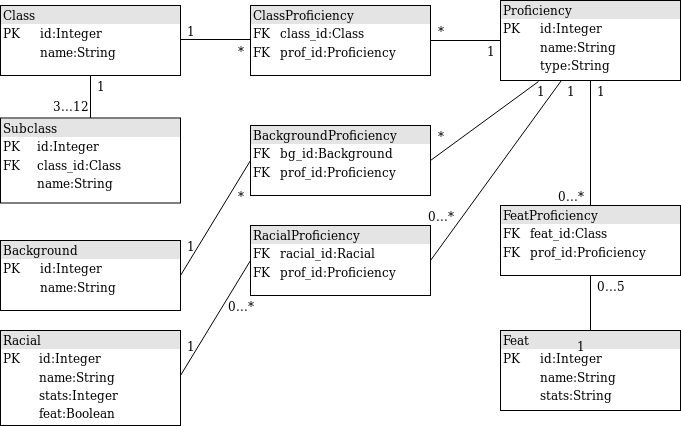
Earlier version of the draw.io export dokumentointi/tietokantakaavio.png (Fumblessi/ot-harjoitustyo). Source tidied: cells renumbered, new cells last; positions are measured from the earlier drawing's top-left corner, leaving out a move shared by most shapes.
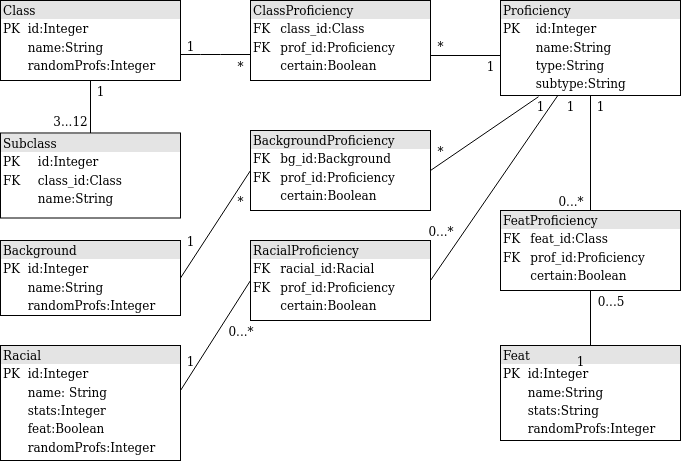
The same file after the commit.

Commit message:
tietokantakaavio uudelleen suunniteltu

What changed in the source:
```diff
@@ -2,11 +2,11 @@
   <root>
     <mxCell id="0" />
     <mxCell id="1" parent="0" />
-    <mxCell id="2" value="&lt;div style=&quot;box-sizing: border-box ; width: 100% ; background: #e4e4e4 ; padding: 2px&quot;&gt;Proficiency&lt;br&gt;&lt;/div&gt;&lt;table style=&quot;width: 100% ; font-size: 1em&quot; cellspacing=&quot;0&quot; cellpadding=&quot;2&quot;&gt;&lt;tbody&gt;&lt;tr&gt;&lt;td&gt;PK&lt;/td&gt;&lt;td&gt;id:Integer&lt;/td&gt;&lt;/tr&gt;&lt;tr&gt;&lt;td&gt;&lt;br&gt;&lt;/td&gt;&lt;td&gt;name:String&lt;/td&gt;&lt;/tr&gt;&lt;tr&gt;&lt;td&gt;&lt;br&gt;&lt;/td&gt;&lt;td&gt;type:String&lt;/td&gt;&lt;/tr&gt;&lt;/tbody&gt;&lt;/table&gt;" style="verticalAlign=top;align=left;overflow=fill;html=1;" parent="1" vertex="1">
-      <mxGeometry x="500" width="180" height="80" as="geometry" />
+    <mxCell id="2" value="&lt;div style=&quot;box-sizing: border-box ; width: 100% ; background: #e4e4e4 ; padding: 2px&quot;&gt;Proficiency&lt;br&gt;&lt;/div&gt;&lt;table style=&quot;width: 100% ; font-size: 1em&quot; cellspacing=&quot;0&quot; cellpadding=&quot;2&quot;&gt;&lt;tbody&gt;&lt;tr&gt;&lt;td&gt;PK&lt;/td&gt;&lt;td&gt;id:Integer&lt;/td&gt;&lt;/tr&gt;&lt;tr&gt;&lt;td&gt;&lt;br&gt;&lt;/td&gt;&lt;td&gt;name:String&lt;/td&gt;&lt;/tr&gt;&lt;tr&gt;&lt;td&gt;&lt;br&gt;&lt;/td&gt;&lt;td&gt;type:String&lt;/td&gt;&lt;/tr&gt;&lt;tr&gt;&lt;td&gt;&lt;br&gt;&lt;/td&gt;&lt;td&gt;subtype:String&lt;br&gt;&lt;/td&gt;&lt;/tr&gt;&lt;/tbody&gt;&lt;/table&gt;" style="verticalAlign=top;align=left;overflow=fill;html=1;" parent="1" vertex="1">
+      <mxGeometry x="500" y="-15" width="180" height="95" as="geometry" />
     </mxCell>
-    <mxCell id="3" value="&lt;div style=&quot;box-sizing: border-box ; width: 100% ; background: #e4e4e4 ; padding: 2px&quot;&gt;RacialProficiency&lt;/div&gt;&lt;table style=&quot;width: 100% ; font-size: 1em&quot; cellspacing=&quot;0&quot; cellpadding=&quot;2&quot;&gt;&lt;tbody&gt;&lt;tr&gt;&lt;td&gt;FK&lt;/td&gt;&lt;td&gt;racial_id:Racial&lt;/td&gt;&lt;/tr&gt;&lt;tr&gt;&lt;td&gt;FK&lt;/td&gt;&lt;td&gt;prof_id:Proficiency&lt;/td&gt;&lt;/tr&gt;&lt;tr&gt;&lt;td&gt;&lt;br&gt;&lt;/td&gt;&lt;td&gt;&lt;br&gt;&lt;/td&gt;&lt;/tr&gt;&lt;/tbody&gt;&lt;/table&gt;" style="verticalAlign=top;align=left;overflow=fill;html=1;" parent="1" vertex="1">
-      <mxGeometry x="250" y="225" width="180" height="70" as="geometry" />
+    <mxCell id="3" value="&lt;div style=&quot;box-sizing: border-box ; width: 100% ; background: #e4e4e4 ; padding: 2px&quot;&gt;RacialProficiency&lt;/div&gt;&lt;table style=&quot;width: 100% ; font-size: 1em&quot; cellspacing=&quot;0&quot; cellpadding=&quot;2&quot;&gt;&lt;tbody&gt;&lt;tr&gt;&lt;td&gt;FK&lt;/td&gt;&lt;td&gt;racial_id:Racial&lt;/td&gt;&lt;/tr&gt;&lt;tr&gt;&lt;td&gt;FK&lt;/td&gt;&lt;td&gt;prof_id:Proficiency&lt;/td&gt;&lt;/tr&gt;&lt;tr&gt;&lt;td&gt;&lt;br&gt;&lt;/td&gt;&lt;td&gt;certain:Boolean&lt;br&gt;&lt;/td&gt;&lt;/tr&gt;&lt;/tbody&gt;&lt;/table&gt;" style="verticalAlign=top;align=left;overflow=fill;html=1;" parent="1" vertex="1">
+      <mxGeometry x="250" y="225" width="180" height="80" as="geometry" />
     </mxCell>
     <mxCell id="4" style="endArrow=none;html=1;entryX=0;entryY=0.5;entryDx=0;entryDy=0;exitX=1;exitY=0.5;exitDx=0;exitDy=0;" parent="1" edge="1" target="3">
       <mxGeometry relative="1" as="geometry">
@@ -19,11 +19,11 @@
         <mxPoint x="500" y="40" as="targetPoint" />
       </mxGeometry>
     </mxCell>
-    <mxCell id="6" value="&lt;div style=&quot;box-sizing: border-box ; width: 100% ; background: #e4e4e4 ; padding: 2px&quot;&gt;Class&lt;br&gt;&lt;/div&gt;&lt;table style=&quot;width: 100% ; font-size: 1em&quot; cellspacing=&quot;0&quot; cellpadding=&quot;2&quot;&gt;&lt;tbody&gt;&lt;tr&gt;&lt;td&gt;PK&lt;/td&gt;&lt;td&gt;id:Integer&lt;/td&gt;&lt;/tr&gt;&lt;tr&gt;&lt;td&gt;&lt;br&gt;&lt;/td&gt;&lt;td&gt;name:String&lt;br&gt;&lt;/td&gt;&lt;/tr&gt;&lt;tr&gt;&lt;td&gt;&lt;br&gt;&lt;/td&gt;&lt;td&gt;&lt;br&gt;&lt;/td&gt;&lt;/tr&gt;&lt;/tbody&gt;&lt;/table&gt;" style="verticalAlign=top;align=left;overflow=fill;html=1;" parent="1" vertex="1">
-      <mxGeometry y="5" width="180" height="70" as="geometry" />
+    <mxCell id="6" value="&lt;div style=&quot;box-sizing: border-box ; width: 100% ; background: #e4e4e4 ; padding: 2px&quot;&gt;Class&lt;br&gt;&lt;/div&gt;&lt;table style=&quot;width: 100% ; font-size: 1em&quot; cellspacing=&quot;0&quot; cellpadding=&quot;2&quot;&gt;&lt;tbody&gt;&lt;tr&gt;&lt;td&gt;PK&lt;/td&gt;&lt;td&gt;id:Integer&lt;/td&gt;&lt;/tr&gt;&lt;tr&gt;&lt;td&gt;&lt;br&gt;&lt;/td&gt;&lt;td&gt;name:String&lt;br&gt;&lt;/td&gt;&lt;/tr&gt;&lt;tr&gt;&lt;td&gt;&lt;br&gt;&lt;/td&gt;&lt;td&gt;randomProfs:Integer&lt;br&gt;&lt;/td&gt;&lt;/tr&gt;&lt;/tbody&gt;&lt;/table&gt;" style="verticalAlign=top;align=left;overflow=fill;html=1;" parent="1" vertex="1">
+      <mxGeometry y="-15" width="180" height="80" as="geometry" />
     </mxCell>
-    <mxCell id="7" value="&lt;div style=&quot;box-sizing: border-box ; width: 100% ; background: #e4e4e4 ; padding: 2px&quot;&gt;ClassProficiency&lt;/div&gt;&lt;table style=&quot;width: 100% ; font-size: 1em&quot; cellspacing=&quot;0&quot; cellpadding=&quot;2&quot;&gt;&lt;tbody&gt;&lt;tr&gt;&lt;td&gt;FK&lt;/td&gt;&lt;td&gt;class_id:Class&lt;/td&gt;&lt;/tr&gt;&lt;tr&gt;&lt;td&gt;FK&lt;/td&gt;&lt;td&gt;prof_id:Proficiency&lt;/td&gt;&lt;/tr&gt;&lt;tr&gt;&lt;td&gt;&lt;br&gt;&lt;/td&gt;&lt;td&gt;&lt;br&gt;&lt;/td&gt;&lt;/tr&gt;&lt;/tbody&gt;&lt;/table&gt;" style="verticalAlign=top;align=left;overflow=fill;html=1;" parent="1" vertex="1">
-      <mxGeometry x="250" y="5" width="180" height="70" as="geometry" />
+    <mxCell id="7" value="&lt;div style=&quot;box-sizing: border-box ; width: 100% ; background: #e4e4e4 ; padding: 2px&quot;&gt;ClassProficiency&lt;/div&gt;&lt;table style=&quot;width: 100% ; font-size: 1em&quot; cellspacing=&quot;0&quot; cellpadding=&quot;2&quot;&gt;&lt;tbody&gt;&lt;tr&gt;&lt;td&gt;FK&lt;/td&gt;&lt;td&gt;class_id:Class&lt;/td&gt;&lt;/tr&gt;&lt;tr&gt;&lt;td&gt;FK&lt;/td&gt;&lt;td&gt;prof_id:Proficiency&lt;/td&gt;&lt;/tr&gt;&lt;tr&gt;&lt;td&gt;&lt;br&gt;&lt;/td&gt;&lt;td&gt;certain:Boolean&lt;br&gt;&lt;/td&gt;&lt;/tr&gt;&lt;tr&gt;&lt;td&gt;&lt;br&gt;&lt;/td&gt;&lt;td&gt;&lt;br&gt;&lt;/td&gt;&lt;/tr&gt;&lt;/tbody&gt;&lt;/table&gt;" style="verticalAlign=top;align=left;overflow=fill;html=1;" parent="1" vertex="1">
+      <mxGeometry x="250" y="-15" width="180" height="80" as="geometry" />
     </mxCell>
     <mxCell id="8" style="endArrow=none;html=1;entryX=0;entryY=0.5;entryDx=0;entryDy=0;exitX=1;exitY=0.5;exitDx=0;exitDy=0;" parent="1" edge="1" source="10" target="11">
       <mxGeometry relative="1" as="geometry" />
@@ -31,16 +31,19 @@
     <mxCell id="9" style="endArrow=none;html=1;entryX=0.211;entryY=1.013;entryDx=0;entryDy=0;exitX=1;exitY=0.5;exitDx=0;exitDy=0;entryPerimeter=0;" parent="1" edge="1" source="11" target="2">
       <mxGeometry relative="1" as="geometry" />
     </mxCell>
-    <mxCell id="10" value="&lt;div style=&quot;box-sizing: border-box ; width: 100% ; background: #e4e4e4 ; padding: 2px&quot;&gt;Background&lt;br&gt;&lt;/div&gt;&lt;table style=&quot;width: 100% ; font-size: 1em&quot; cellspacing=&quot;0&quot; cellpadding=&quot;2&quot;&gt;&lt;tbody&gt;&lt;tr&gt;&lt;td&gt;PK&lt;/td&gt;&lt;td&gt;id:Integer&lt;/td&gt;&lt;/tr&gt;&lt;tr&gt;&lt;td&gt;&lt;br&gt;&lt;/td&gt;&lt;td&gt;name:String&lt;br&gt;&lt;/td&gt;&lt;/tr&gt;&lt;tr&gt;&lt;td&gt;&lt;br&gt;&lt;/td&gt;&lt;td&gt;&lt;br&gt;&lt;/td&gt;&lt;/tr&gt;&lt;/tbody&gt;&lt;/table&gt;" style="verticalAlign=top;align=left;overflow=fill;html=1;" parent="1" vertex="1">
-      <mxGeometry y="240" width="180" height="70" as="geometry" />
+    <mxCell id="10" value="&lt;div style=&quot;box-sizing: border-box ; width: 100% ; background: #e4e4e4 ; padding: 2px&quot;&gt;Background&lt;br&gt;&lt;/div&gt;&lt;table style=&quot;width: 100% ; font-size: 1em&quot; cellspacing=&quot;0&quot; cellpadding=&quot;2&quot;&gt;&lt;tbody&gt;&lt;tr&gt;&lt;td&gt;PK&lt;/td&gt;&lt;td&gt;id:Integer&lt;/td&gt;&lt;/tr&gt;&lt;tr&gt;&lt;td&gt;&lt;br&gt;&lt;/td&gt;&lt;td&gt;name:String&lt;br&gt;&lt;/td&gt;&lt;/tr&gt;&lt;tr&gt;&lt;td&gt;&lt;br&gt;&lt;/td&gt;&lt;td&gt;randomProfs:Integer&lt;br&gt;&lt;/td&gt;&lt;/tr&gt;&lt;/tbody&gt;&lt;/table&gt;" style="verticalAlign=top;align=left;overflow=fill;html=1;" parent="1" vertex="1">
+      <mxGeometry y="225" width="180" height="75" as="geometry" />
     </mxCell>
-    <mxCell id="11" value="&lt;div style=&quot;box-sizing: border-box ; width: 100% ; background: #e4e4e4 ; padding: 2px&quot;&gt;BackgroundProficiency&lt;/div&gt;&lt;table style=&quot;width: 100% ; font-size: 1em&quot; cellspacing=&quot;0&quot; cellpadding=&quot;2&quot;&gt;&lt;tbody&gt;&lt;tr&gt;&lt;td&gt;FK&lt;/td&gt;&lt;td&gt;bg_id:Background&lt;/td&gt;&lt;/tr&gt;&lt;tr&gt;&lt;td&gt;FK&lt;/td&gt;&lt;td&gt;prof_id:Proficiency&lt;/td&gt;&lt;/tr&gt;&lt;tr&gt;&lt;td&gt;&lt;br&gt;&lt;/td&gt;&lt;td&gt;&lt;br&gt;&lt;/td&gt;&lt;/tr&gt;&lt;/tbody&gt;&lt;/table&gt;" style="verticalAlign=top;align=left;overflow=fill;html=1;" parent="1" vertex="1">
-      <mxGeometry x="250" y="125" width="180" height="70" as="geometry" />
+    <mxCell id="11" value="&lt;div style=&quot;box-sizing: border-box ; width: 100% ; background: #e4e4e4 ; padding: 2px&quot;&gt;BackgroundProficiency&lt;/div&gt;&lt;table style=&quot;width: 100% ; font-size: 1em&quot; cellspacing=&quot;0&quot; cellpadding=&quot;2&quot;&gt;&lt;tbody&gt;&lt;tr&gt;&lt;td&gt;FK&lt;/td&gt;&lt;td&gt;bg_id:Background&lt;/td&gt;&lt;/tr&gt;&lt;tr&gt;&lt;td&gt;FK&lt;/td&gt;&lt;td&gt;prof_id:Proficiency&lt;/td&gt;&lt;/tr&gt;&lt;tr&gt;&lt;td&gt;&lt;br&gt;&lt;/td&gt;&lt;td&gt;certain:Boolean&lt;br&gt;&lt;/td&gt;&lt;/tr&gt;&lt;/tbody&gt;&lt;/table&gt;" style="verticalAlign=top;align=left;overflow=fill;html=1;" parent="1" vertex="1">
+      <mxGeometry x="250" y="115" width="180" height="80" as="geometry" />
     </mxCell>
     <mxCell id="12" style="endArrow=none;html=1;entryX=0;entryY=0.5;entryDx=0;entryDy=0;exitX=1;exitY=0.5;exitDx=0;exitDy=0;" parent="1" edge="1">
       <mxGeometry relative="1" as="geometry">
         <mxPoint x="180" y="39" as="sourcePoint" />
         <mxPoint x="250" y="39" as="targetPoint" />
+        <Array as="points">
+          <mxPoint x="210" y="39" />
+        </Array>
       </mxGeometry>
     </mxCell>
     <mxCell id="13" style="endArrow=none;html=1;exitX=1;exitY=0.5;exitDx=0;exitDy=0;" parent="1" edge="1" source="3" target="2">
@@ -52,11 +55,11 @@
     <mxCell id="15" style="endArrow=none;html=1;entryX=0.5;entryY=0;entryDx=0;entryDy=0;exitX=0.5;exitY=1;exitDx=0;exitDy=0;" parent="1" edge="1" source="6" target="14">
       <mxGeometry relative="1" as="geometry" />
     </mxCell>
-    <mxCell id="16" value="&lt;div style=&quot;box-sizing: border-box ; width: 100% ; background: #e4e4e4 ; padding: 2px&quot;&gt;Feat&lt;/div&gt;&lt;table style=&quot;width: 100% ; font-size: 1em&quot; cellspacing=&quot;0&quot; cellpadding=&quot;2&quot;&gt;&lt;tbody&gt;&lt;tr&gt;&lt;td&gt;PK&lt;/td&gt;&lt;td&gt;id:Integer&lt;/td&gt;&lt;/tr&gt;&lt;tr&gt;&lt;td&gt;&lt;br&gt;&lt;/td&gt;&lt;td&gt;name:String&lt;br&gt;&lt;/td&gt;&lt;/tr&gt;&lt;tr&gt;&lt;td&gt;&lt;br&gt;&lt;/td&gt;&lt;td&gt;stats:String&lt;br&gt;&lt;/td&gt;&lt;/tr&gt;&lt;/tbody&gt;&lt;/table&gt;" style="verticalAlign=top;align=left;overflow=fill;html=1;" parent="1" vertex="1">
-      <mxGeometry x="500" y="330" width="180" height="80" as="geometry" />
+    <mxCell id="16" value="&lt;div style=&quot;box-sizing: border-box ; width: 100% ; background: #e4e4e4 ; padding: 2px&quot;&gt;Feat&lt;/div&gt;&lt;table style=&quot;width: 100% ; font-size: 1em&quot; cellspacing=&quot;0&quot; cellpadding=&quot;2&quot;&gt;&lt;tbody&gt;&lt;tr&gt;&lt;td&gt;PK&lt;/td&gt;&lt;td&gt;id:Integer&lt;/td&gt;&lt;/tr&gt;&lt;tr&gt;&lt;td&gt;&lt;br&gt;&lt;/td&gt;&lt;td&gt;name:String&lt;br&gt;&lt;/td&gt;&lt;/tr&gt;&lt;tr&gt;&lt;td&gt;&lt;br&gt;&lt;/td&gt;&lt;td&gt;stats:String&lt;br&gt;&lt;/td&gt;&lt;/tr&gt;&lt;tr&gt;&lt;td&gt;&lt;br&gt;&lt;/td&gt;&lt;td&gt;randomProfs:Integer&lt;br&gt;&lt;/td&gt;&lt;/tr&gt;&lt;/tbody&gt;&lt;/table&gt;" style="verticalAlign=top;align=left;overflow=fill;html=1;" parent="1" vertex="1">
+      <mxGeometry x="500" y="330" width="180" height="95" as="geometry" />
     </mxCell>
-    <mxCell id="17" value="&lt;div style=&quot;box-sizing: border-box ; width: 100% ; background: #e4e4e4 ; padding: 2px&quot;&gt;FeatProficiency&lt;/div&gt;&lt;table style=&quot;width: 100% ; font-size: 1em&quot; cellspacing=&quot;0&quot; cellpadding=&quot;2&quot;&gt;&lt;tbody&gt;&lt;tr&gt;&lt;td&gt;FK&lt;/td&gt;&lt;td&gt;feat_id:Class&lt;/td&gt;&lt;/tr&gt;&lt;tr&gt;&lt;td&gt;FK&lt;/td&gt;&lt;td&gt;prof_id:Proficiency&lt;/td&gt;&lt;/tr&gt;&lt;tr&gt;&lt;td&gt;&lt;br&gt;&lt;/td&gt;&lt;td&gt;&lt;br&gt;&lt;/td&gt;&lt;/tr&gt;&lt;/tbody&gt;&lt;/table&gt;" style="verticalAlign=top;align=left;overflow=fill;html=1;" parent="1" vertex="1">
-      <mxGeometry x="500" y="205" width="180" height="70" as="geometry" />
+    <mxCell id="17" value="&lt;div style=&quot;box-sizing: border-box ; width: 100% ; background: #e4e4e4 ; padding: 2px&quot;&gt;FeatProficiency&lt;/div&gt;&lt;table style=&quot;width: 100% ; font-size: 1em&quot; cellspacing=&quot;0&quot; cellpadding=&quot;2&quot;&gt;&lt;tbody&gt;&lt;tr&gt;&lt;td&gt;FK&lt;/td&gt;&lt;td&gt;feat_id:Class&lt;/td&gt;&lt;/tr&gt;&lt;tr&gt;&lt;td&gt;FK&lt;/td&gt;&lt;td&gt;prof_id:Proficiency&lt;/td&gt;&lt;/tr&gt;&lt;tr&gt;&lt;td&gt;&lt;br&gt;&lt;/td&gt;&lt;td&gt;certain:Boolean&lt;br&gt;&lt;/td&gt;&lt;/tr&gt;&lt;/tbody&gt;&lt;/table&gt;" style="verticalAlign=top;align=left;overflow=fill;html=1;" parent="1" vertex="1">
+      <mxGeometry x="500" y="195" width="180" height="80" as="geometry" />
     </mxCell>
     <mxCell id="18" style="endArrow=none;html=1;entryX=0.5;entryY=1;entryDx=0;entryDy=0;exitX=0.5;exitY=0;exitDx=0;exitDy=0;" parent="1" edge="1" source="17" target="2">
       <mxGeometry relative="1" as="geometry" />
@@ -68,13 +71,13 @@
       <mxGeometry x="170" y="335" width="40" height="20" as="geometry" />
     </mxCell>
     <mxCell id="21" value="1" style="text;html=1;strokeColor=none;fillColor=none;align=center;verticalAlign=middle;whiteSpace=wrap;rounded=0;direction=south;" parent="1" vertex="1">
-      <mxGeometry x="180" y="225" width="20" height="40" as="geometry" />
+      <mxGeometry x="180" y="205" width="20" height="40" as="geometry" />
     </mxCell>
     <mxCell id="22" value="1" style="text;html=1;strokeColor=none;fillColor=none;align=center;verticalAlign=middle;whiteSpace=wrap;rounded=0;" parent="1" vertex="1">
       <mxGeometry x="170" y="20" width="40" height="20" as="geometry" />
     </mxCell>
     <mxCell id="23" value="1" style="text;html=1;strokeColor=none;fillColor=none;align=center;verticalAlign=middle;whiteSpace=wrap;rounded=0;" parent="1" vertex="1">
-      <mxGeometry x="80" y="75" width="40" height="20" as="geometry" />
+      <mxGeometry x="80" y="65" width="40" height="20" as="geometry" />
     </mxCell>
     <mxCell id="24" value="1" style="text;html=1;strokeColor=none;fillColor=none;align=center;verticalAlign=middle;whiteSpace=wrap;rounded=0;" parent="1" vertex="1">
       <mxGeometry x="550" y="80" width="40" height="20" as="geometry" />
@@ -92,10 +95,10 @@
       <mxGeometry x="560" y="335" width="40" height="20" as="geometry" />
     </mxCell>
     <mxCell id="29" value="0...*" style="text;html=1;strokeColor=none;fillColor=none;align=center;verticalAlign=middle;whiteSpace=wrap;rounded=0;" parent="1" vertex="1">
-      <mxGeometry x="220" y="295" width="40" height="20" as="geometry" />
+      <mxGeometry x="220" y="305" width="40" height="20" as="geometry" />
     </mxCell>
     <mxCell id="30" value="*" style="text;html=1;strokeColor=none;fillColor=none;align=center;verticalAlign=middle;whiteSpace=wrap;rounded=0;" parent="1" vertex="1">
-      <mxGeometry x="220" y="185" width="40" height="20" as="geometry" />
+      <mxGeometry x="220" y="175" width="40" height="20" as="geometry" />
     </mxCell>
     <mxCell id="31" value="*" style="text;html=1;strokeColor=none;fillColor=none;align=center;verticalAlign=middle;whiteSpace=wrap;rounded=0;" parent="1" vertex="1">
       <mxGeometry x="220" y="40" width="40" height="20" as="geometry" />
@@ -113,13 +116,13 @@
       <mxGeometry x="420" y="20" width="40" height="20" as="geometry" />
     </mxCell>
     <mxCell id="36" value="0...*" style="text;html=1;strokeColor=none;fillColor=none;align=center;verticalAlign=middle;whiteSpace=wrap;rounded=0;" parent="1" vertex="1">
-      <mxGeometry x="550" y="185" width="40" height="20" as="geometry" />
+      <mxGeometry x="550" y="175" width="40" height="20" as="geometry" />
     </mxCell>
     <mxCell id="37" value="0...5" style="text;html=1;strokeColor=none;fillColor=none;align=center;verticalAlign=middle;whiteSpace=wrap;rounded=0;" parent="1" vertex="1">
       <mxGeometry x="590" y="275" width="40" height="20" as="geometry" />
     </mxCell>
-    <mxCell id="38" value="&lt;div style=&quot;box-sizing: border-box ; width: 100% ; background: #e4e4e4 ; padding: 2px&quot;&gt;Racial&lt;/div&gt;&lt;table style=&quot;width: 100% ; font-size: 1em&quot; cellspacing=&quot;0&quot; cellpadding=&quot;2&quot;&gt;&lt;tbody&gt;&lt;tr&gt;&lt;td&gt;PK&lt;/td&gt;&lt;td&gt;id:Integer&lt;br&gt;&lt;/td&gt;&lt;/tr&gt;&lt;tr&gt;&lt;td&gt;&lt;br&gt;&lt;/td&gt;&lt;td style=&quot;line-height: 120%&quot;&gt;name:String&lt;br&gt;&lt;/td&gt;&lt;/tr&gt;&lt;tr&gt;&lt;td&gt;&lt;br&gt;&lt;/td&gt;&lt;td style=&quot;line-height: 120%&quot;&gt;stats:Integer&lt;br&gt;&lt;/td&gt;&lt;/tr&gt;&lt;tr&gt;&lt;td&gt;&lt;br&gt;&lt;/td&gt;&lt;td&gt;feat:Boolean&lt;/td&gt;&lt;/tr&gt;&lt;/tbody&gt;&lt;/table&gt;" style="verticalAlign=top;align=left;overflow=fill;html=1;" parent="1" vertex="1">
-      <mxGeometry y="330" width="180" height="95" as="geometry" />
+    <mxCell id="38" value="&lt;div style=&quot;box-sizing: border-box ; width: 100% ; background: #e4e4e4 ; padding: 2px&quot;&gt;Racial&lt;/div&gt;&lt;table style=&quot;width: 100% ; font-size: 1em&quot; cellspacing=&quot;0&quot; cellpadding=&quot;2&quot;&gt;&lt;tbody&gt;&lt;tr&gt;&lt;td&gt;PK&lt;/td&gt;&lt;td&gt;id:Integer&lt;br&gt;&lt;/td&gt;&lt;/tr&gt;&lt;tr&gt;&lt;td&gt;&lt;br&gt;&lt;/td&gt;&lt;td style=&quot;line-height: 120%&quot;&gt;name: String&lt;br&gt;&lt;/td&gt;&lt;/tr&gt;&lt;tr&gt;&lt;td&gt;&lt;br&gt;&lt;/td&gt;&lt;td style=&quot;line-height: 120%&quot;&gt;stats:Integer&lt;br&gt;&lt;/td&gt;&lt;/tr&gt;&lt;tr&gt;&lt;td&gt;&lt;br&gt;&lt;/td&gt;&lt;td&gt;feat:Boolean&lt;/td&gt;&lt;/tr&gt;&lt;tr&gt;&lt;td&gt;&lt;br&gt;&lt;/td&gt;&lt;td&gt;randomProfs:Integer&lt;br&gt;&lt;/td&gt;&lt;/tr&gt;&lt;/tbody&gt;&lt;/table&gt;" style="verticalAlign=top;align=left;overflow=fill;html=1;" parent="1" vertex="1">
+      <mxGeometry y="330" width="180" height="115" as="geometry" />
     </mxCell>
   </root>
 </mxGraphModel>
```
